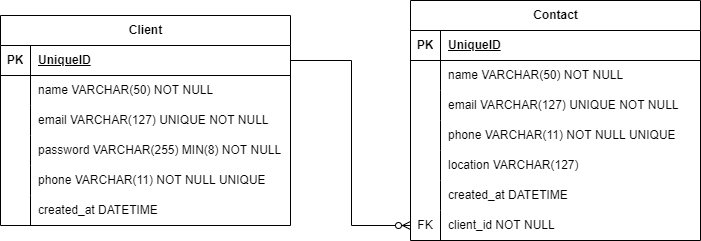
Earlier version of the draw.io export DER.png (DaviSouzaS/contact-network-API). Source tidied: cells renumbered, new cells last; positions are measured from the earlier drawing's top-left corner, leaving out a move shared by most shapes. The source it was exported from:
```xml
<mxGraphModel>
  <root>
    <mxCell id="0" />
    <mxCell id="1" parent="0" />
    <mxCell id="2" value="Client" style="shape=table;startSize=30;rowLines=0;fontStyle=1;align=center;html=1;" parent="1" vertex="1">
      <mxGeometry y="15" width="290" height="210" as="geometry" />
    </mxCell>
    <mxCell id="3" style="shape=tableRow;horizontal=0;startSize=0;swimlaneHead=0;swimlaneBody=0;fillColor=none;top=0;left=0;right=0;bottom=1;" parent="2" vertex="1">
      <mxGeometry y="30" width="290" height="30" as="geometry" />
    </mxCell>
    <mxCell id="4" value="PK" style="shape=partialRectangle;fillColor=none;top=0;left=0;bottom=0;right=0;fontStyle=1;overflow=hidden;whiteSpace=wrap;html=1;" parent="3" vertex="1">
      <mxGeometry width="30" height="30" as="geometry" />
    </mxCell>
    <mxCell id="5" value="UniqueID" style="shape=partialRectangle;fillColor=none;top=0;left=0;bottom=0;right=0;align=left;spacingLeft=6;fontStyle=5;overflow=hidden;whiteSpace=wrap;html=1;" parent="3" vertex="1">
      <mxGeometry x="30" width="260" height="30" as="geometry" />
    </mxCell>
    <mxCell id="6" style="shape=tableRow;horizontal=0;startSize=0;swimlaneHead=0;swimlaneBody=0;fillColor=none;top=0;left=0;right=0;bottom=0;" parent="2" vertex="1">
      <mxGeometry y="60" width="290" height="30" as="geometry" />
    </mxCell>
    <mxCell id="7" style="shape=partialRectangle;fillColor=none;top=0;left=0;bottom=0;right=0;overflow=hidden;whiteSpace=wrap;html=1;" parent="6" vertex="1">
      <mxGeometry width="30" height="30" as="geometry" />
    </mxCell>
    <mxCell id="8" value="name VARCHAR(50) NOT NULL" style="shape=partialRectangle;fillColor=none;top=0;left=0;bottom=0;right=0;align=left;spacingLeft=6;overflow=hidden;whiteSpace=wrap;html=1;" parent="6" vertex="1">
      <mxGeometry x="30" width="260" height="30" as="geometry" />
    </mxCell>
    <mxCell id="9" style="shape=tableRow;horizontal=0;startSize=0;swimlaneHead=0;swimlaneBody=0;fillColor=none;top=0;left=0;right=0;bottom=0;" parent="2" vertex="1">
      <mxGeometry y="90" width="290" height="30" as="geometry" />
    </mxCell>
    <mxCell id="10" style="shape=partialRectangle;fillColor=none;top=0;left=0;bottom=0;right=0;overflow=hidden;whiteSpace=wrap;html=1;" parent="9" vertex="1">
      <mxGeometry width="30" height="30" as="geometry" />
    </mxCell>
    <mxCell id="11" value="email VARCHAR(127) UNIQUE NOT NULL" style="shape=partialRectangle;fillColor=none;top=0;left=0;bottom=0;right=0;align=left;spacingLeft=6;overflow=hidden;whiteSpace=wrap;html=1;" parent="9" vertex="1">
      <mxGeometry x="30" width="260" height="30" as="geometry" />
    </mxCell>
    <mxCell id="12" style="shape=tableRow;horizontal=0;startSize=0;swimlaneHead=0;swimlaneBody=0;fillColor=none;top=0;left=0;right=0;bottom=0;" parent="2" vertex="1">
      <mxGeometry y="120" width="290" height="30" as="geometry" />
    </mxCell>
    <mxCell id="13" style="shape=partialRectangle;fillColor=none;top=0;left=0;bottom=0;right=0;overflow=hidden;whiteSpace=wrap;html=1;" parent="12" vertex="1">
      <mxGeometry width="30" height="30" as="geometry" />
    </mxCell>
    <mxCell id="14" value="password VARCHAR(255) MIN(8) NOT NULL" style="shape=partialRectangle;fillColor=none;top=0;left=0;bottom=0;right=0;align=left;spacingLeft=6;overflow=hidden;whiteSpace=wrap;html=1;" parent="12" vertex="1">
      <mxGeometry x="30" width="260" height="30" as="geometry" />
    </mxCell>
    <mxCell id="15" style="shape=tableRow;horizontal=0;startSize=0;swimlaneHead=0;swimlaneBody=0;fillColor=none;top=0;left=0;right=0;bottom=0;" parent="2" vertex="1">
      <mxGeometry y="150" width="290" height="30" as="geometry" />
    </mxCell>
    <mxCell id="16" style="shape=partialRectangle;fillColor=none;top=0;left=0;bottom=0;right=0;overflow=hidden;whiteSpace=wrap;html=1;" parent="15" vertex="1">
      <mxGeometry width="30" height="30" as="geometry" />
    </mxCell>
    <mxCell id="17" value="phone VARCHAR(11) NOT NULL UNIQUE" style="shape=partialRectangle;fillColor=none;top=0;left=0;bottom=0;right=0;align=left;spacingLeft=6;overflow=hidden;whiteSpace=wrap;html=1;" parent="15" vertex="1">
      <mxGeometry x="30" width="260" height="30" as="geometry" />
    </mxCell>
    <mxCell id="18" style="shape=tableRow;horizontal=0;startSize=0;swimlaneHead=0;swimlaneBody=0;fillColor=none;top=0;left=0;right=0;bottom=0;" parent="2" vertex="1">
      <mxGeometry y="180" width="290" height="30" as="geometry" />
    </mxCell>
    <mxCell id="19" style="shape=partialRectangle;fillColor=none;top=0;left=0;bottom=0;right=0;overflow=hidden;whiteSpace=wrap;html=1;" parent="18" vertex="1">
      <mxGeometry width="30" height="30" as="geometry" />
    </mxCell>
    <mxCell id="20" value="created_at DATETIME" style="shape=partialRectangle;fillColor=none;top=0;left=0;bottom=0;right=0;align=left;spacingLeft=6;overflow=hidden;whiteSpace=wrap;html=1;" parent="18" vertex="1">
      <mxGeometry x="30" width="260" height="30" as="geometry" />
    </mxCell>
    <mxCell id="21" value="Contact" style="shape=table;startSize=30;rowLines=0;fontStyle=1;align=center;html=1;" parent="1" vertex="1">
      <mxGeometry x="410" width="290" height="240" as="geometry" />
    </mxCell>
    <mxCell id="22" style="shape=tableRow;horizontal=0;startSize=0;swimlaneHead=0;swimlaneBody=0;fillColor=none;top=0;left=0;right=0;bottom=1;" parent="21" vertex="1">
      <mxGeometry y="30" width="290" height="30" as="geometry" />
    </mxCell>
    <mxCell id="23" value="PK" style="shape=partialRectangle;fillColor=none;top=0;left=0;bottom=0;right=0;fontStyle=1;overflow=hidden;whiteSpace=wrap;html=1;" parent="22" vertex="1">
      <mxGeometry width="30" height="30" as="geometry" />
    </mxCell>
    <mxCell id="24" value="UniqueID" style="shape=partialRectangle;fillColor=none;top=0;left=0;bottom=0;right=0;align=left;spacingLeft=6;fontStyle=5;overflow=hidden;whiteSpace=wrap;html=1;" parent="22" vertex="1">
      <mxGeometry x="30" width="260" height="30" as="geometry" />
    </mxCell>
    <mxCell id="25" style="shape=tableRow;horizontal=0;startSize=0;swimlaneHead=0;swimlaneBody=0;fillColor=none;top=0;left=0;right=0;bottom=0;" parent="21" vertex="1">
      <mxGeometry y="60" width="290" height="30" as="geometry" />
    </mxCell>
    <mxCell id="26" style="shape=partialRectangle;fillColor=none;top=0;left=0;bottom=0;right=0;overflow=hidden;whiteSpace=wrap;html=1;" parent="25" vertex="1">
      <mxGeometry width="30" height="30" as="geometry" />
    </mxCell>
    <mxCell id="27" value="name VARCHAR(50) NOT NULL" style="shape=partialRectangle;fillColor=none;top=0;left=0;bottom=0;right=0;align=left;spacingLeft=6;overflow=hidden;whiteSpace=wrap;html=1;" parent="25" vertex="1">
      <mxGeometry x="30" width="260" height="30" as="geometry" />
    </mxCell>
    <mxCell id="28" style="shape=tableRow;horizontal=0;startSize=0;swimlaneHead=0;swimlaneBody=0;fillColor=none;top=0;left=0;right=0;bottom=0;" parent="21" vertex="1">
      <mxGeometry y="90" width="290" height="30" as="geometry" />
    </mxCell>
    <mxCell id="29" style="shape=partialRectangle;fillColor=none;top=0;left=0;bottom=0;right=0;overflow=hidden;whiteSpace=wrap;html=1;" parent="28" vertex="1">
      <mxGeometry width="30" height="30" as="geometry" />
    </mxCell>
    <mxCell id="30" value="email VARCHAR(127) UNIQUE NOT NULL" style="shape=partialRectangle;fillColor=none;top=0;left=0;bottom=0;right=0;align=left;spacingLeft=6;overflow=hidden;whiteSpace=wrap;html=1;" parent="28" vertex="1">
      <mxGeometry x="30" width="260" height="30" as="geometry" />
    </mxCell>
    <mxCell id="31" style="shape=tableRow;horizontal=0;startSize=0;swimlaneHead=0;swimlaneBody=0;fillColor=none;top=0;left=0;right=0;bottom=0;" parent="21" vertex="1">
      <mxGeometry y="120" width="290" height="30" as="geometry" />
    </mxCell>
    <mxCell id="32" style="shape=partialRectangle;fillColor=none;top=0;left=0;bottom=0;right=0;overflow=hidden;whiteSpace=wrap;html=1;" parent="31" vertex="1">
      <mxGeometry width="30" height="30" as="geometry" />
    </mxCell>
    <mxCell id="33" value="phone VARCHAR(11) NOT NULL UNIQUE" style="shape=partialRectangle;fillColor=none;top=0;left=0;bottom=0;right=0;align=left;spacingLeft=6;overflow=hidden;whiteSpace=wrap;html=1;" parent="31" vertex="1">
      <mxGeometry x="30" width="260" height="30" as="geometry" />
    </mxCell>
    <mxCell id="34" style="shape=tableRow;horizontal=0;startSize=0;swimlaneHead=0;swimlaneBody=0;fillColor=none;top=0;left=0;right=0;bottom=0;" parent="21" vertex="1">
      <mxGeometry y="150" width="290" height="30" as="geometry" />
    </mxCell>
    <mxCell id="35" style="shape=partialRectangle;fillColor=none;top=0;left=0;bottom=0;right=0;overflow=hidden;whiteSpace=wrap;html=1;" parent="34" vertex="1">
      <mxGeometry width="30" height="30" as="geometry" />
    </mxCell>
    <mxCell id="36" value="location VARCHAR(127)&amp;nbsp;" style="shape=partialRectangle;fillColor=none;top=0;left=0;bottom=0;right=0;align=left;spacingLeft=6;overflow=hidden;whiteSpace=wrap;html=1;" parent="34" vertex="1">
      <mxGeometry x="30" width="260" height="30" as="geometry" />
    </mxCell>
    <mxCell id="37" style="shape=tableRow;horizontal=0;startSize=0;swimlaneHead=0;swimlaneBody=0;fillColor=none;top=0;left=0;right=0;bottom=0;" parent="21" vertex="1">
      <mxGeometry y="180" width="290" height="30" as="geometry" />
    </mxCell>
    <mxCell id="38" style="shape=partialRectangle;fillColor=none;top=0;left=0;bottom=0;right=0;overflow=hidden;whiteSpace=wrap;html=1;" parent="37" vertex="1">
      <mxGeometry width="30" height="30" as="geometry" />
    </mxCell>
    <mxCell id="39" value="created_at DATETIME" style="shape=partialRectangle;fillColor=none;top=0;left=0;bottom=0;right=0;align=left;spacingLeft=6;overflow=hidden;whiteSpace=wrap;html=1;" parent="37" vertex="1">
      <mxGeometry x="30" width="260" height="30" as="geometry" />
    </mxCell>
    <mxCell id="40" style="shape=tableRow;horizontal=0;startSize=0;swimlaneHead=0;swimlaneBody=0;fillColor=none;points=[[0,0.5],[1,0.5]];portConstraint=eastwest;top=0;left=0;right=0;bottom=0;" parent="21" vertex="1">
      <mxGeometry y="210" width="290" height="30" as="geometry" />
    </mxCell>
    <mxCell id="41" value="FK" style="shape=partialRectangle;fillColor=none;top=0;left=0;bottom=0;right=0;overflow=hidden;whiteSpace=wrap;html=1;" parent="40" vertex="1">
      <mxGeometry width="30" height="30" as="geometry" />
    </mxCell>
    <mxCell id="42" value="client_id NOT NULL" style="shape=partialRectangle;fillColor=none;top=0;left=0;bottom=0;right=0;align=left;spacingLeft=6;overflow=hidden;whiteSpace=wrap;html=1;" parent="40" vertex="1">
      <mxGeometry x="30" width="260" height="30" as="geometry" />
    </mxCell>
    <mxCell id="43" style="edgeStyle=orthogonalEdgeStyle;fontSize=12;html=1;endArrow=ERzeroToMany;endFill=1;rounded=0;entryX=0;entryY=0.5;entryDx=0;entryDy=0;" parent="1" edge="1" target="40">
      <mxGeometry relative="1" as="geometry">
        <mxPoint x="290" y="59" as="sourcePoint" />
        <Array as="points">
          <mxPoint x="290" y="60" />
          <mxPoint x="351" y="60" />
          <mxPoint x="351" y="225" />
        </Array>
      </mxGeometry>
    </mxCell>
  </root>
</mxGraphModel>
```
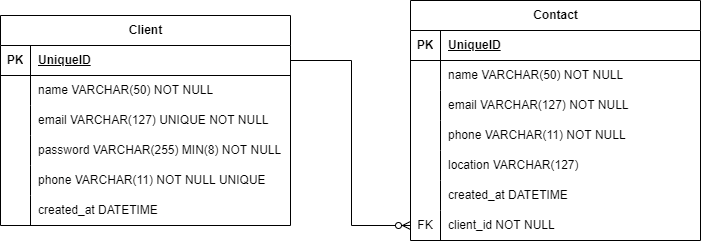
After the change.

Change to the diagram source:
```diff
@@ -86,7 +86,7 @@
     <mxCell id="29" style="shape=partialRectangle;fillColor=none;top=0;left=0;bottom=0;right=0;overflow=hidden;whiteSpace=wrap;html=1;" parent="28" vertex="1">
       <mxGeometry width="30" height="30" as="geometry" />
     </mxCell>
-    <mxCell id="30" value="email VARCHAR(127) UNIQUE NOT NULL" style="shape=partialRectangle;fillColor=none;top=0;left=0;bottom=0;right=0;align=left;spacingLeft=6;overflow=hidden;whiteSpace=wrap;html=1;" parent="28" vertex="1">
+    <mxCell id="30" value="email VARCHAR(127) NOT NULL" style="shape=partialRectangle;fillColor=none;top=0;left=0;bottom=0;right=0;align=left;spacingLeft=6;overflow=hidden;whiteSpace=wrap;html=1;" parent="28" vertex="1">
       <mxGeometry x="30" width="260" height="30" as="geometry" />
     </mxCell>
     <mxCell id="31" style="shape=tableRow;horizontal=0;startSize=0;swimlaneHead=0;swimlaneBody=0;fillColor=none;top=0;left=0;right=0;bottom=0;" parent="21" vertex="1">
@@ -95,7 +95,7 @@
     <mxCell id="32" style="shape=partialRectangle;fillColor=none;top=0;left=0;bottom=0;right=0;overflow=hidden;whiteSpace=wrap;html=1;" parent="31" vertex="1">
       <mxGeometry width="30" height="30" as="geometry" />
     </mxCell>
-    <mxCell id="33" value="phone VARCHAR(11) NOT NULL UNIQUE" style="shape=partialRectangle;fillColor=none;top=0;left=0;bottom=0;right=0;align=left;spacingLeft=6;overflow=hidden;whiteSpace=wrap;html=1;" parent="31" vertex="1">
+    <mxCell id="33" value="phone VARCHAR(11) NOT NULL&amp;nbsp;" style="shape=partialRectangle;fillColor=none;top=0;left=0;bottom=0;right=0;align=left;spacingLeft=6;overflow=hidden;whiteSpace=wrap;html=1;" parent="31" vertex="1">
       <mxGeometry x="30" width="260" height="30" as="geometry" />
     </mxCell>
     <mxCell id="34" style="shape=tableRow;horizontal=0;startSize=0;swimlaneHead=0;swimlaneBody=0;fillColor=none;top=0;left=0;right=0;bottom=0;" parent="21" vertex="1">
```
